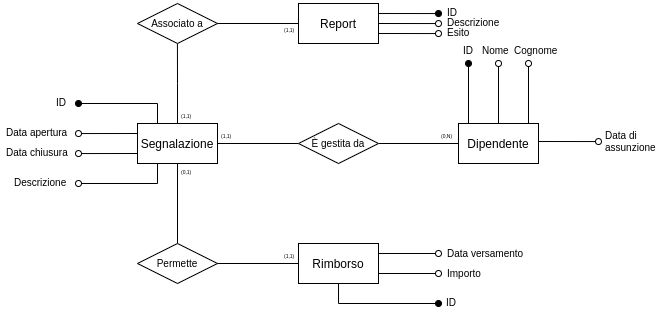
Earlier version of the draw.io export docs/images/segnalazione.png (krosspile/ecommerce_database). Source tidied: cells renumbered, new cells last; positions are measured from the earlier drawing's top-left corner, leaving out a move shared by most shapes.
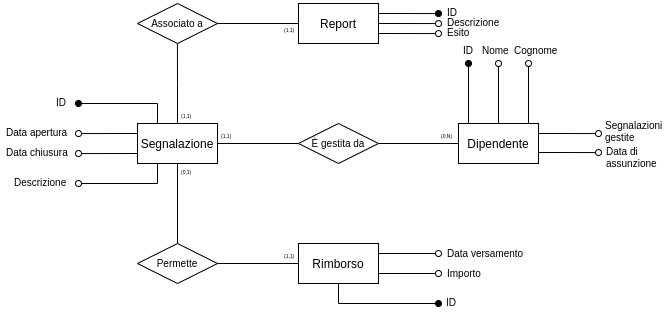
Later version of the same file.

Commit message:
fix(docs): details in scheme

What changed in the source:
```diff
@@ -46,12 +46,6 @@
     <mxCell id="11" value="Associato a" style="shape=rhombus;perimeter=rhombusPerimeter;whiteSpace=wrap;html=1;align=center;fontSize=10;" parent="1" vertex="1">
       <mxGeometry x="137" y="3" width="80" height="40" as="geometry" />
     </mxCell>
-    <mxCell id="12" style="edgeStyle=orthogonalEdgeStyle;rounded=0;orthogonalLoop=1;jettySize=auto;html=1;exitX=1;exitY=0.25;exitDx=0;exitDy=0;fontSize=5;endArrow=oval;endFill=0;" parent="1" edge="1">
-      <mxGeometry relative="1" as="geometry">
-        <mxPoint x="538" y="141" as="sourcePoint" />
-        <mxPoint x="598" y="141" as="targetPoint" />
-      </mxGeometry>
-    </mxCell>
     <mxCell id="13" value="Dipendente" style="whiteSpace=wrap;html=1;align=center;" parent="1" vertex="1">
       <mxGeometry x="458" y="123" width="80" height="40" as="geometry" />
     </mxCell>
@@ -125,9 +119,6 @@
     <mxCell id="29" value="Cognome" style="text;strokeColor=none;fillColor=none;spacingLeft=4;spacingRight=4;overflow=hidden;fontSize=10;" parent="1" vertex="1">
       <mxGeometry x="508" y="38" width="60" height="25" as="geometry" />
     </mxCell>
-    <mxCell id="30" value="Data di &#10;assunzione" style="text;strokeColor=none;fillColor=none;spacingLeft=4;spacingRight=4;overflow=hidden;fontSize=10;" parent="1" vertex="1">
-      <mxGeometry x="599" y="123" width="69" height="33" as="geometry" />
-    </mxCell>
     <mxCell id="31" value="Importo" style="text;strokeColor=none;fillColor=none;spacingLeft=4;spacingRight=4;overflow=hidden;fontSize=10;" parent="1" vertex="1">
       <mxGeometry x="441" y="261" width="60" height="25" as="geometry" />
     </mxCell>
@@ -188,5 +179,23 @@
     <mxCell id="48" value="(1,1)" style="text;strokeColor=none;fillColor=none;spacingLeft=4;spacingRight=4;overflow=hidden;fontSize=5;" parent="1" vertex="1">
       <mxGeometry x="278" y="247" width="28" height="25" as="geometry" />
     </mxCell>
+    <mxCell id="49" style="edgeStyle=orthogonalEdgeStyle;rounded=0;orthogonalLoop=1;jettySize=auto;html=1;exitX=1;exitY=0.25;exitDx=0;exitDy=0;fontSize=5;endArrow=oval;endFill=0;" parent="1" edge="1">
+      <mxGeometry relative="1" as="geometry">
+        <mxPoint x="538" y="152" as="sourcePoint" />
+        <mxPoint x="598" y="152" as="targetPoint" />
+      </mxGeometry>
+    </mxCell>
+    <mxCell id="30" value="Data di &#10;assunzione" style="text;strokeColor=none;fillColor=none;spacingLeft=4;spacingRight=4;overflow=hidden;fontSize=10;" parent="1" vertex="1">
+      <mxGeometry x="600" y="139" width="69" height="33" as="geometry" />
+    </mxCell>
+    <mxCell id="50" style="edgeStyle=orthogonalEdgeStyle;rounded=0;orthogonalLoop=1;jettySize=auto;html=1;exitX=1;exitY=0.25;exitDx=0;exitDy=0;fontSize=5;endArrow=oval;endFill=0;" parent="1" edge="1">
+      <mxGeometry relative="1" as="geometry">
+        <mxPoint x="538" y="133" as="sourcePoint" />
+        <mxPoint x="598" y="133" as="targetPoint" />
+      </mxGeometry>
+    </mxCell>
+    <mxCell id="51" value="Segnalazioni&#10;gestite" style="text;strokeColor=none;fillColor=none;spacingLeft=4;spacingRight=4;overflow=hidden;fontSize=10;" parent="1" vertex="1">
+      <mxGeometry x="599" y="113" width="68" height="33" as="geometry" />
+    </mxCell>
   </root>
 </mxGraphModel>
```
